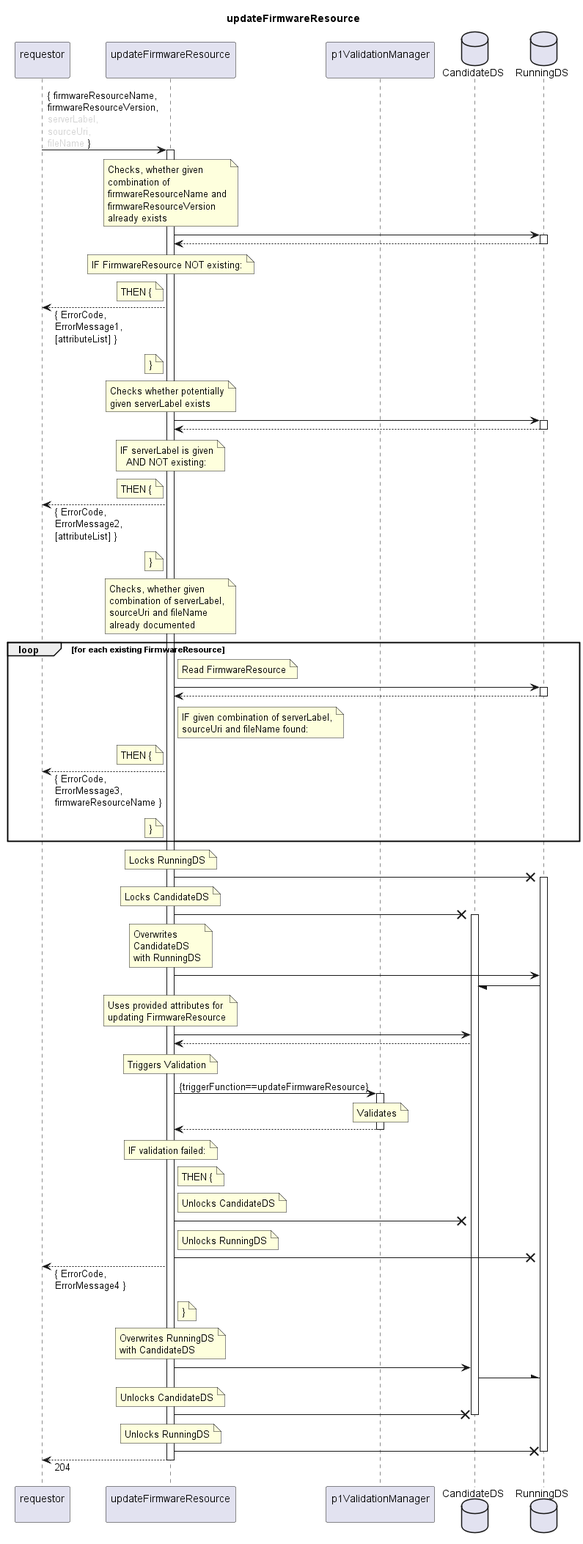
Before: spec/Services/updateFirmwareResource/1.0.0/updateFirmwareResource.png, a diagram exported from PlantUML (openBackhaul/FirmWareManager).
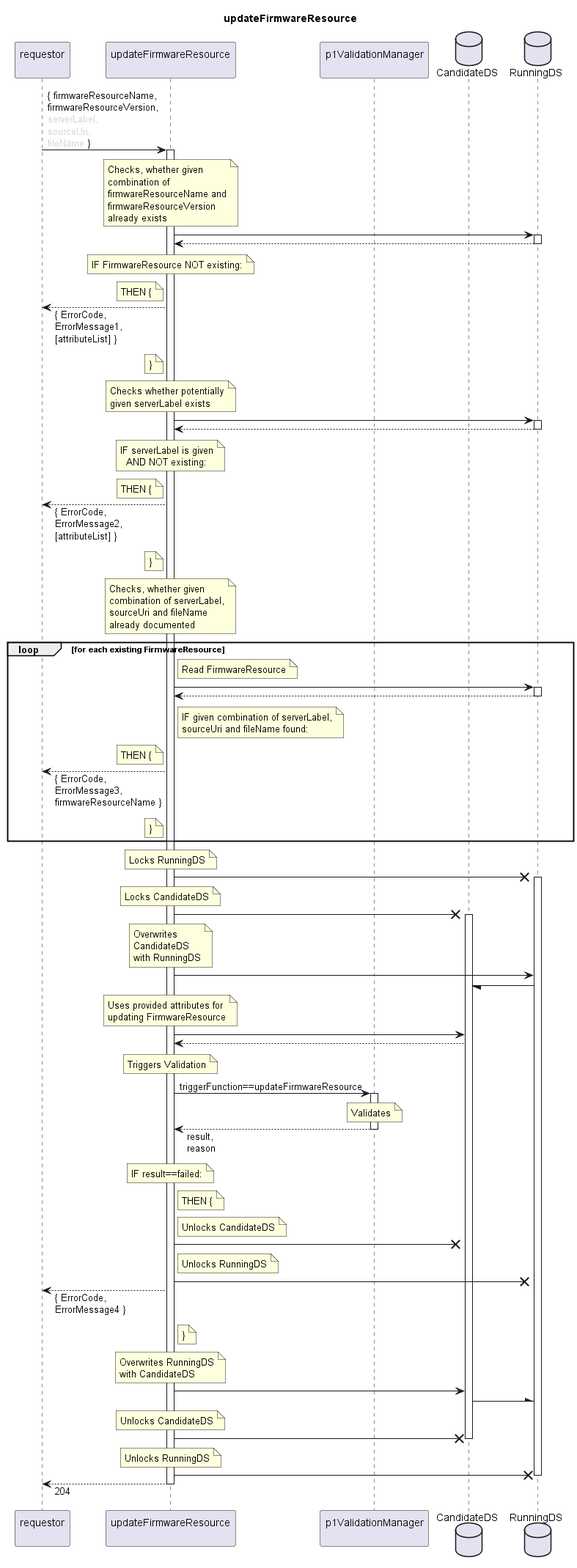
Above is the later version.

Change to the diagram source:
```diff
@@ -111,15 +111,15 @@
   note over indServ
     Triggers Validation
   end note
-  indServ -> valiMan: {triggerFunction==updateFirmwareResource}
+  indServ -> valiMan: triggerFunction==updateFirmwareResource
   activate valiMan
     note over valiMan
       Validates
     end note
-  indServ <-- valiMan
+  indServ <-- valiMan: result,\nreason
   deactivate valiMan
   note over indServ
-    IF validation failed:
+    IF result==failed:
   end note
   note right indServ
     THEN {
```
